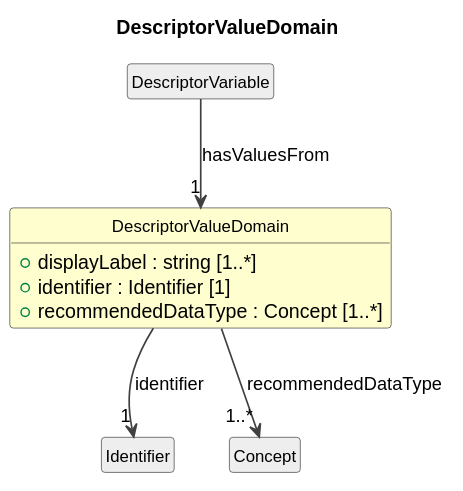
Before: cdif-uml-model/_plantuml/cdifDataStructure/Classes/DescriptorValueDomain.svg, a diagram exported from PlantUML (Cross-Domain-Interoperability-Framework/metadataBuildingBlocks).
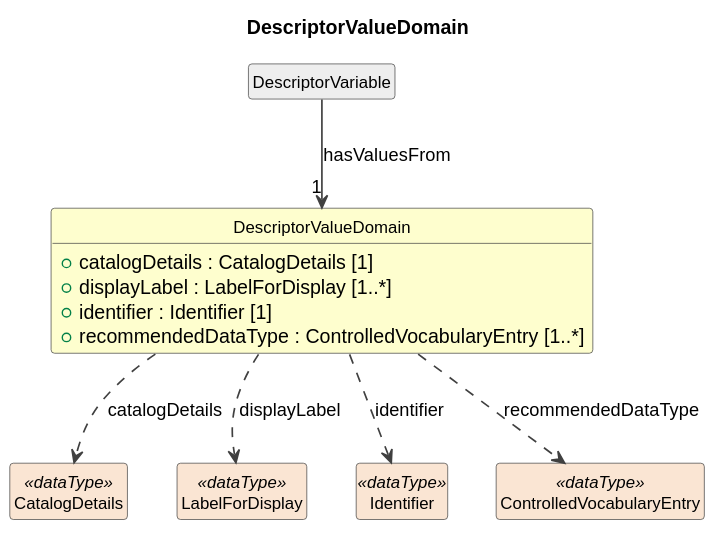
After the change.

Diff of the diagram source:
```diff
@@ -11,14 +11,19 @@
 }
 
 class "DescriptorValueDomain" as DescriptorValueDomain #FEFECE {
-  +displayLabel : string [1..*]
+  +catalogDetails : CatalogDetails [1]
+  +displayLabel : LabelForDisplay [1..*]
   +identifier : Identifier [1]
-  +recommendedDataType : Concept [1..*]
+  +recommendedDataType : ControlledVocabularyEntry [1..*]
 }
 class "DescriptorVariable" as DescriptorVariable #EEEEEE
 DescriptorVariable --> "1" DescriptorValueDomain : hasValuesFrom
-class "Identifier" as Identifier #EEEEEE
-DescriptorValueDomain --> "1" Identifier : identifier
-class "Concept" as Concept #EEEEEE
-DescriptorValueDomain --> "1..*" Concept : recommendedDataType
+class "CatalogDetails" as CatalogDetails <<dataType>> #FAE5D3
+DescriptorValueDomain ..> CatalogDetails : catalogDetails
+class "LabelForDisplay" as LabelForDisplay <<dataType>> #FAE5D3
+DescriptorValueDomain ..> LabelForDisplay : displayLabel
+class "Identifier" as Identifier <<dataType>> #FAE5D3
+DescriptorValueDomain ..> Identifier : identifier
+class "ControlledVocabularyEntry" as ControlledVocabularyEntry <<dataType>> #FAE5D3
+DescriptorValueDomain ..> ControlledVocabularyEntry : recommendedDataType
 @enduml
```
